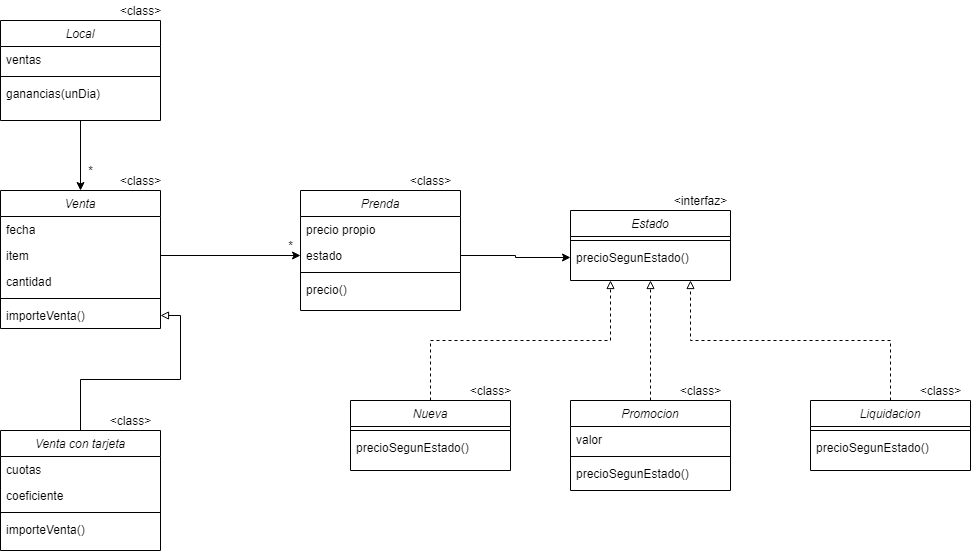
Earlier version of the draw.io export ejMacowins.png (NicolasMaceratesi/ejMacowins). Source tidied: cells renumbered, new cells last; positions are measured from the earlier drawing's top-left corner, leaving out a move shared by most shapes.
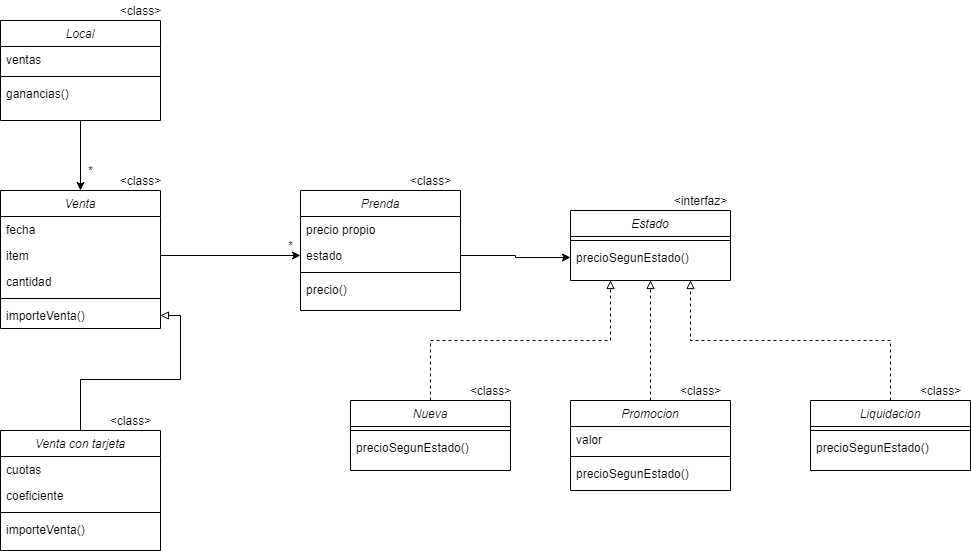
After the change.

Commit message:
diagrama y pseudocodigo terminado

What changed in the source:
```diff
@@ -14,7 +14,7 @@
     <mxCell id="5" style="line;html=1;strokeWidth=1;align=left;verticalAlign=middle;spacingTop=-1;spacingLeft=3;spacingRight=3;labelPosition=right;" parent="3" vertex="1">
       <mxGeometry y="52" width="160" height="8" as="geometry" />
     </mxCell>
-    <mxCell id="6" value="ganancias(unDia)" style="text;align=left;verticalAlign=top;spacingLeft=4;spacingRight=4;overflow=hidden;" parent="3" vertex="1">
+    <mxCell id="6" value="ganancias()" style="text;align=left;verticalAlign=top;spacingLeft=4;spacingRight=4;overflow=hidden;" parent="3" vertex="1">
       <mxGeometry y="60" width="160" height="26" as="geometry" />
     </mxCell>
     <mxCell id="7" style="edgeStyle=orthogonalEdgeStyle;rounded=0;jettySize=auto;html=1;exitX=0.5;exitY=0;exitDx=0;exitDy=0;entryX=1;entryY=0.5;entryDx=0;entryDy=0;endArrow=block;endFill=0;" parent="1" edge="1" source="8" target="21">
```
